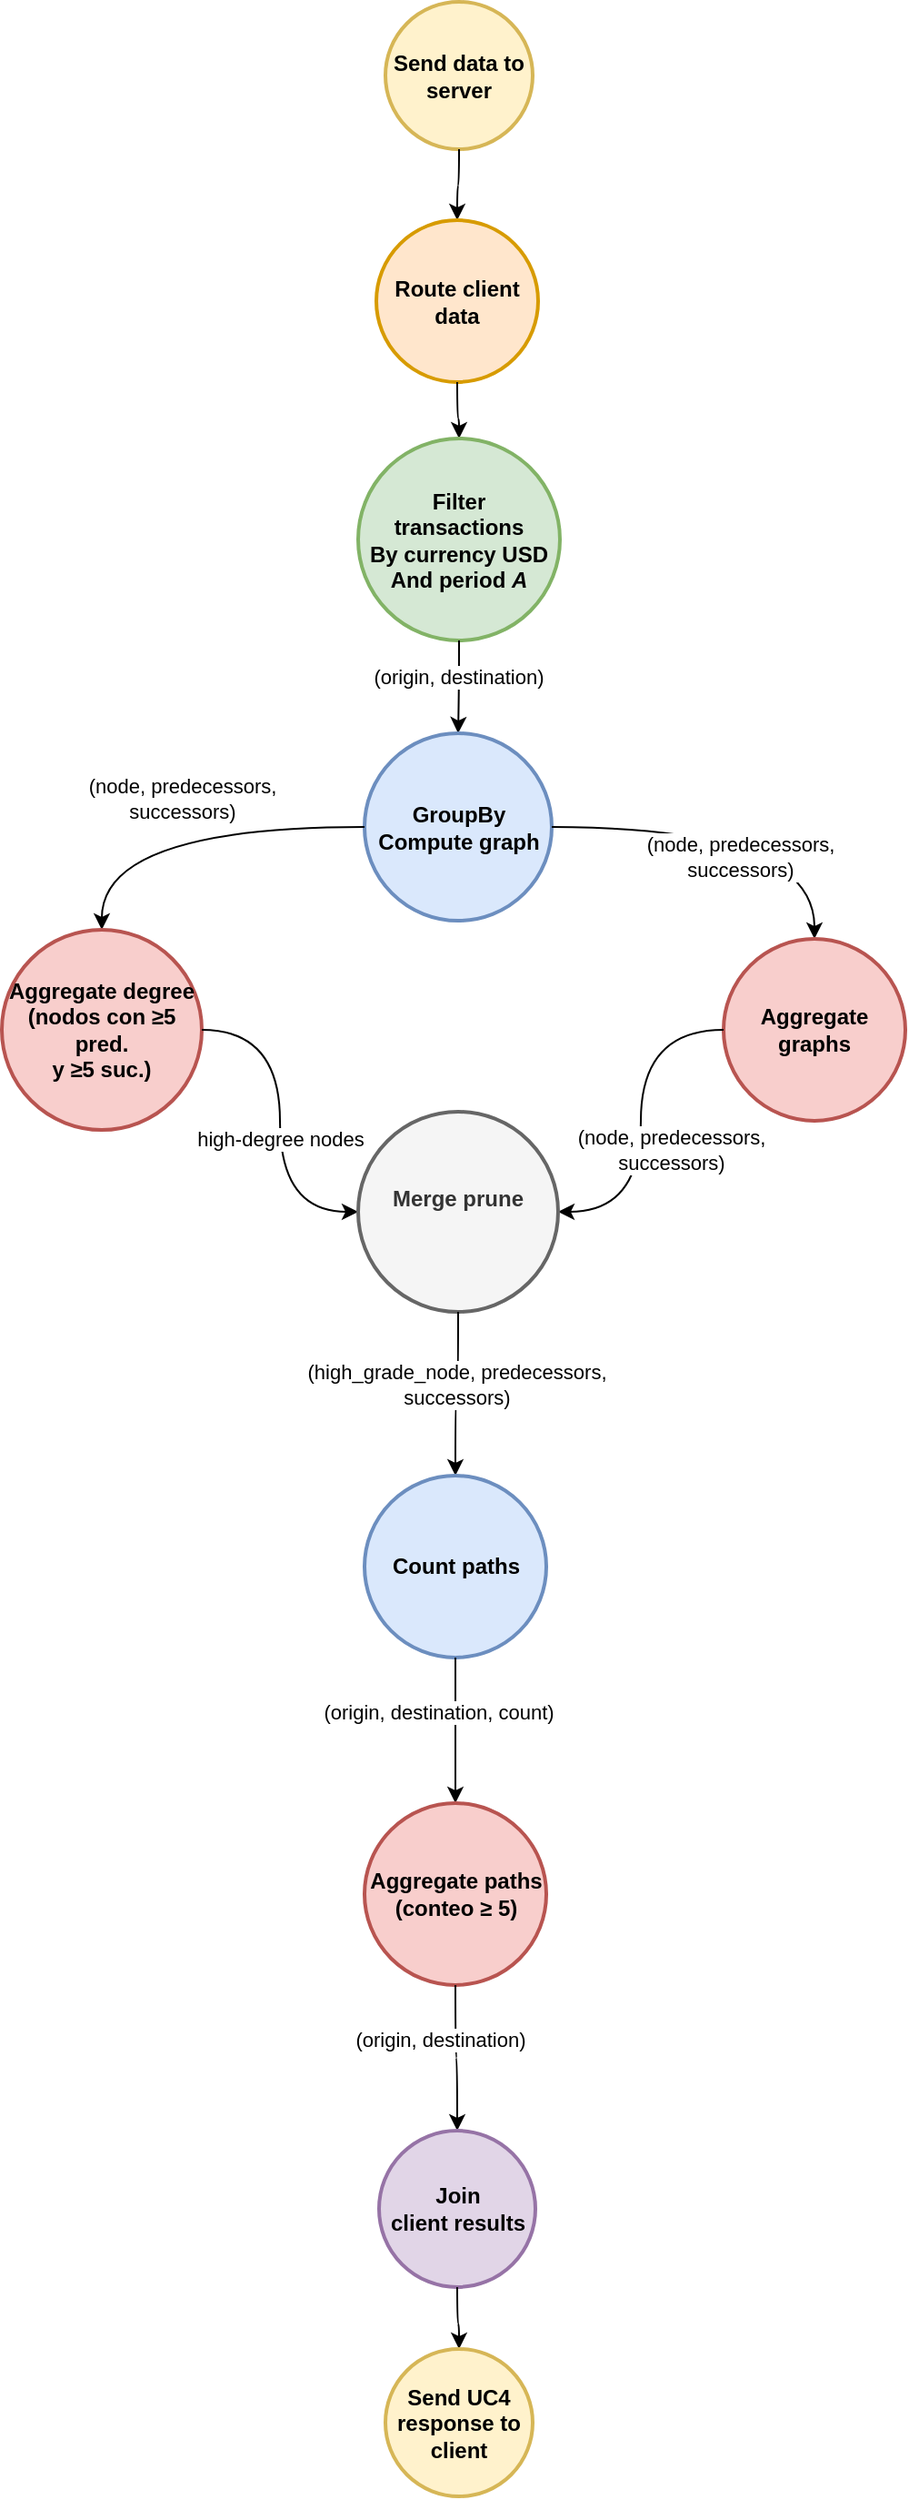
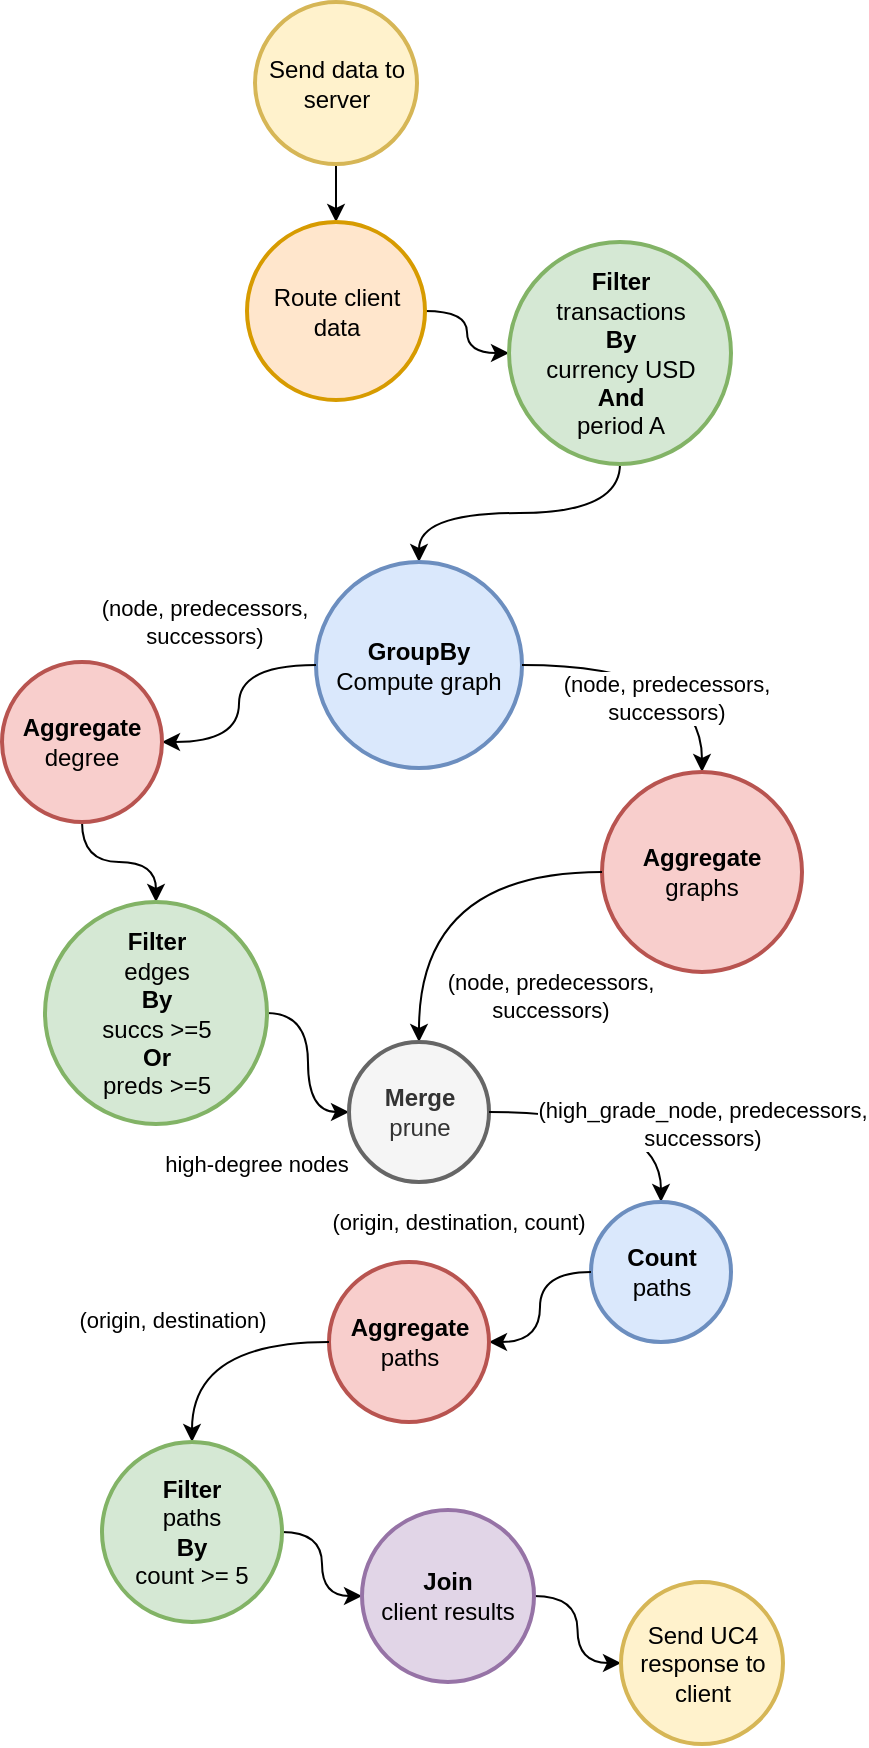
<mxfile host="Electron">
  <diagram name="cluster-16" id="cluster-16">
-     <mxGraphModel dx="2383" dy="1225" grid="1" gridSize="10" guides="1" tooltips="1" connect="1" arrows="1" fold="1" page="0" pageScale="1" pageWidth="850" pageHeight="1100" math="0" shadow="0">
+     <mxGraphModel dx="2042" dy="1808" grid="1" gridSize="10" guides="1" tooltips="1" connect="1" arrows="1" fold="1" page="0" pageScale="1" pageWidth="850" pageHeight="1100" math="0" shadow="0">
      <root>
        <mxCell id="0" />
        <mxCell id="1" parent="0" />
-         <mxCell id="u4d-n1" parent="1" style="ellipse;whiteSpace=wrap;html=1;aspect=fixed;strokeWidth=2;fillColor=#fff2cc;strokeColor=#d6b656;fontStyle=1;" value="Send data to&lt;div&gt;server&lt;/div&gt;" vertex="1">
-           <mxGeometry height="81" width="81" x="234" y="-20" as="geometry" />
-         </mxCell>
-         <mxCell id="u4d-e1" edge="1" parent="1" source="u4d-n1" style="edgeStyle=orthogonalEdgeStyle;shape=connector;curved=1;rounded=0;orthogonalLoop=1;jettySize=auto;html=1;strokeColor=default;align=center;verticalAlign=middle;fontFamily=Helvetica;fontSize=11;fontColor=default;labelBackgroundColor=default;endArrow=classic;" target="u4d-n2">
+         <mxCell id="0NI9PfC7eF1XQRHYLARJ-1" edge="1" parent="1" source="u4d-n1" style="rounded=0;orthogonalLoop=1;jettySize=auto;html=1;" target="u4d-n2">
          <mxGeometry relative="1" as="geometry" />
        </mxCell>
-         <mxCell id="u4d-n2" parent="1" style="ellipse;whiteSpace=wrap;html=1;aspect=fixed;strokeWidth=2;fillColor=#ffe6cc;strokeColor=#d79b00;fontStyle=1;" value="Route client&lt;div&gt;data&lt;/div&gt;" vertex="1">
-           <mxGeometry height="89" width="89" x="229" y="100" as="geometry" />
+         <mxCell id="u4d-n1" parent="1" style="ellipse;whiteSpace=wrap;html=1;aspect=fixed;strokeWidth=2;fillColor=#fff2cc;strokeColor=#d6b656;fontStyle=1;" value="&lt;span style=&quot;font-weight: normal;&quot;&gt;Send data to&lt;/span&gt;&lt;div&gt;&lt;span style=&quot;font-weight: normal;&quot;&gt;server&lt;/span&gt;&lt;/div&gt;" vertex="1">
+           <mxGeometry height="81" width="81" x="226.5" y="-10" as="geometry" />
        </mxCell>
-         <mxCell id="u4d-e2" edge="1" parent="1" source="u4d-n2" style="edgeStyle=orthogonalEdgeStyle;shape=connector;curved=1;rounded=0;orthogonalLoop=1;jettySize=auto;html=1;strokeColor=default;align=center;verticalAlign=middle;fontFamily=Helvetica;fontSize=11;fontColor=default;labelBackgroundColor=default;endArrow=classic;" target="u4d-n3">
+         <mxCell id="0NI9PfC7eF1XQRHYLARJ-2" edge="1" parent="1" source="u4d-n2" style="edgeStyle=orthogonalEdgeStyle;rounded=0;orthogonalLoop=1;jettySize=auto;html=1;curved=1;" target="u4d-n3">
          <mxGeometry relative="1" as="geometry" />
        </mxCell>
-         <mxCell id="u4d-n3" parent="1" style="ellipse;whiteSpace=wrap;html=1;aspect=fixed;strokeWidth=2;fillColor=#d5e8d4;strokeColor=#82b366;fontStyle=1;" value="&lt;b&gt;Filter&lt;/b&gt;&lt;div&gt;transactions&lt;/div&gt;&lt;div&gt;&lt;b&gt;By&lt;/b&gt; currency USD&lt;/div&gt;&lt;div&gt;&lt;b&gt;And&lt;/b&gt; period &lt;i&gt;A&lt;/i&gt;&lt;/div&gt;" vertex="1">
-           <mxGeometry height="111" width="111" x="219" y="220" as="geometry" />
+         <mxCell id="u4d-n2" parent="1" style="ellipse;whiteSpace=wrap;html=1;aspect=fixed;strokeWidth=2;fillColor=#ffe6cc;strokeColor=#d79b00;fontStyle=1;" value="&lt;span style=&quot;font-weight: normal;&quot;&gt;Route client&lt;/span&gt;&lt;div&gt;&lt;span style=&quot;font-weight: normal;&quot;&gt;data&lt;/span&gt;&lt;/div&gt;" vertex="1">
+           <mxGeometry height="89" width="89" x="222.5" y="100" as="geometry" />
        </mxCell>
-         <mxCell id="u4d-e3a" edge="1" parent="1" source="u4d-n3" style="edgeStyle=orthogonalEdgeStyle;shape=connector;curved=1;rounded=0;orthogonalLoop=1;jettySize=auto;html=1;strokeColor=default;align=center;verticalAlign=middle;fontFamily=Helvetica;fontSize=11;fontColor=default;labelBackgroundColor=default;endArrow=classic;" target="u4d-n4">
+         <mxCell id="0NI9PfC7eF1XQRHYLARJ-3" edge="1" parent="1" source="u4d-n3" style="edgeStyle=orthogonalEdgeStyle;rounded=0;orthogonalLoop=1;jettySize=auto;html=1;curved=1;" target="u4d-n4">
          <mxGeometry relative="1" as="geometry" />
        </mxCell>
-         <mxCell id="u4d-e3a-lbl" connectable="0" parent="u4d-e3a" style="edgeLabel;html=1;align=center;verticalAlign=middle;resizable=0;points=[];fontFamily=Helvetica;fontSize=11;fontColor=default;labelBackgroundColor=default;" value="(origin, destination)" vertex="1">
-           <mxGeometry relative="1" x="-0.25" y="-12" as="geometry">
-             <mxPoint x="11" as="offset" />
-           </mxGeometry>
+         <mxCell id="u4d-n3" parent="1" style="ellipse;whiteSpace=wrap;html=1;aspect=fixed;strokeWidth=2;fillColor=#d5e8d4;strokeColor=#82b366;fontStyle=1;" value="&lt;b&gt;Filter&lt;/b&gt;&lt;div&gt;&lt;span style=&quot;font-weight: normal;&quot;&gt;transactions&lt;/span&gt;&lt;/div&gt;&lt;div&gt;&lt;b&gt;By&lt;/b&gt;&lt;/div&gt;&lt;div&gt;&lt;span style=&quot;font-weight: normal;&quot;&gt;currency USD&lt;/span&gt;&lt;/div&gt;&lt;div&gt;&lt;b&gt;And&lt;/b&gt;&lt;/div&gt;&lt;div&gt;&lt;span style=&quot;font-weight: normal;&quot;&gt;period A&lt;/span&gt;&lt;/div&gt;" vertex="1">
+           <mxGeometry height="111" width="111" x="353.5" y="110" as="geometry" />
        </mxCell>
-         <mxCell id="u4d-n4" parent="1" style="ellipse;whiteSpace=wrap;html=1;aspect=fixed;strokeWidth=2;fillColor=#dae8fc;strokeColor=#6c8ebf;fontStyle=1;" value="&lt;b&gt;GroupBy&lt;/b&gt;&lt;div&gt;Compute graph&lt;/div&gt;" vertex="1">
-           <mxGeometry height="103" width="103" x="222.5" y="382" as="geometry" />
+         <mxCell id="u4d-n4" parent="1" style="ellipse;whiteSpace=wrap;html=1;aspect=fixed;strokeWidth=2;fillColor=#dae8fc;strokeColor=#6c8ebf;fontStyle=1;" value="&lt;b&gt;GroupBy&lt;/b&gt;&lt;div&gt;&lt;span style=&quot;font-weight: normal;&quot;&gt;Compute graph&lt;/span&gt;&lt;/div&gt;" vertex="1">
+           <mxGeometry height="103" width="103" x="257" y="270" as="geometry" />
        </mxCell>
        <mxCell id="u4d-e4a" edge="1" parent="1" source="u4d-n4" style="edgeStyle=orthogonalEdgeStyle;shape=connector;curved=1;rounded=0;orthogonalLoop=1;jettySize=auto;html=1;strokeColor=default;align=center;verticalAlign=middle;fontFamily=Helvetica;fontSize=11;fontColor=default;labelBackgroundColor=default;endArrow=classic;" target="u4d-n5a">
          <mxGeometry relative="1" as="geometry" />
        </mxCell>
        <mxCell id="u4d-e4a-lbl" connectable="0" parent="u4d-e4a" style="edgeLabel;html=1;align=center;verticalAlign=middle;resizable=0;points=[];fontFamily=Helvetica;fontSize=11;fontColor=default;labelBackgroundColor=default;" value="(node, predecessors,&lt;div&gt;successors)&lt;/div&gt;" vertex="1">
          <mxGeometry relative="1" y="-16" as="geometry">
-             <mxPoint as="offset" />
+             <mxPoint x="-2" y="-41" as="offset" />
          </mxGeometry>
        </mxCell>
        <mxCell id="u4d-e4b" edge="1" parent="1" source="u4d-n4" style="edgeStyle=orthogonalEdgeStyle;shape=connector;curved=1;rounded=0;orthogonalLoop=1;jettySize=auto;html=1;strokeColor=default;align=center;verticalAlign=middle;fontFamily=Helvetica;fontSize=11;fontColor=default;labelBackgroundColor=default;endArrow=classic;" target="u4d-n5b">
          <mxGeometry relative="1" as="geometry" />
        </mxCell>
        <mxCell id="u4d-e4b-lbl" connectable="0" parent="u4d-e4b" style="edgeLabel;html=1;align=center;verticalAlign=middle;resizable=0;points=[];fontFamily=Helvetica;fontSize=11;fontColor=default;labelBackgroundColor=default;" value="(node, predecessors,&lt;div&gt;successors)&lt;/div&gt;" vertex="1">
          <mxGeometry relative="1" y="-16" as="geometry">
            <mxPoint as="offset" />
          </mxGeometry>
        </mxCell>
-         <mxCell id="u4d-n5a" parent="1" style="ellipse;whiteSpace=wrap;html=1;aspect=fixed;strokeWidth=2;fillColor=#f8cecc;strokeColor=#b85450;fontStyle=1;" value="&lt;b&gt;Aggregate degree&lt;/b&gt;&lt;div&gt;(nodos con &amp;#8805;5 pred.&lt;/div&gt;&lt;div&gt;y &amp;#8805;5 suc.)&lt;/div&gt;" vertex="1">
-           <mxGeometry height="110" width="110" x="23" y="490" as="geometry" />
+         <mxCell id="0NI9PfC7eF1XQRHYLARJ-5" edge="1" parent="1" source="u4d-n5a" style="edgeStyle=orthogonalEdgeStyle;shape=connector;curved=1;rounded=0;orthogonalLoop=1;jettySize=auto;html=1;strokeColor=default;align=center;verticalAlign=middle;fontFamily=Helvetica;fontSize=11;fontColor=default;labelBackgroundColor=default;endArrow=classic;" target="0NI9PfC7eF1XQRHYLARJ-4">
+           <mxGeometry relative="1" as="geometry" />
        </mxCell>
-         <mxCell id="u4d-n5b" parent="1" style="ellipse;whiteSpace=wrap;html=1;aspect=fixed;strokeWidth=2;fillColor=#f8cecc;strokeColor=#b85450;fontStyle=1;" value="&lt;b&gt;Aggregate&lt;/b&gt;&lt;div&gt;graphs&lt;/div&gt;" vertex="1">
-           <mxGeometry height="100" width="100" x="420" y="495" as="geometry" />
+         <mxCell id="u4d-n5a" parent="1" style="ellipse;whiteSpace=wrap;html=1;aspect=fixed;strokeWidth=2;fillColor=#f8cecc;strokeColor=#b85450;fontStyle=1;" value="&lt;b&gt;Aggregate&lt;/b&gt;&lt;div&gt;&lt;span style=&quot;font-weight: normal;&quot;&gt;degree&lt;/span&gt;&lt;/div&gt;" vertex="1">
+           <mxGeometry height="80" width="80" x="100" y="320" as="geometry" />
        </mxCell>
-         <mxCell id="u4d-e5a" edge="1" parent="1" source="u4d-n5a" style="edgeStyle=orthogonalEdgeStyle;shape=connector;curved=1;rounded=0;orthogonalLoop=1;jettySize=auto;html=1;strokeColor=default;align=center;verticalAlign=middle;fontFamily=Helvetica;fontSize=11;fontColor=default;labelBackgroundColor=default;endArrow=classic;" target="u4d-n6">
+         <mxCell id="u4d-n5b" parent="1" style="ellipse;whiteSpace=wrap;html=1;aspect=fixed;strokeWidth=2;fillColor=#f8cecc;strokeColor=#b85450;fontStyle=1;" value="&lt;b&gt;Aggregate&lt;/b&gt;&lt;div&gt;&lt;span style=&quot;font-weight: normal;&quot;&gt;graphs&lt;/span&gt;&lt;/div&gt;" vertex="1">
+           <mxGeometry height="100" width="100" x="400" y="375" as="geometry" />
+         </mxCell>
+         <mxCell id="u4d-e5a" edge="1" parent="1" source="0NI9PfC7eF1XQRHYLARJ-4" style="edgeStyle=orthogonalEdgeStyle;shape=connector;curved=1;rounded=0;orthogonalLoop=1;jettySize=auto;html=1;strokeColor=default;align=center;verticalAlign=middle;fontFamily=Helvetica;fontSize=11;fontColor=default;labelBackgroundColor=default;endArrow=classic;" target="u4d-n6">
          <mxGeometry relative="1" as="geometry" />
        </mxCell>
        <mxCell id="u4d-e5a-lbl" connectable="0" parent="u4d-e5a" style="edgeLabel;html=1;align=center;verticalAlign=middle;resizable=0;points=[];fontFamily=Helvetica;fontSize=11;fontColor=default;labelBackgroundColor=default;" value="high-degree nodes" vertex="1">
          <mxGeometry relative="1" x="-0.35" y="-16" as="geometry">
-             <mxPoint x="16" y="42" as="offset" />
+             <mxPoint x="-10" y="66" as="offset" />
          </mxGeometry>
        </mxCell>
        <mxCell id="u4d-e5b" edge="1" parent="1" source="u4d-n5b" style="edgeStyle=orthogonalEdgeStyle;shape=connector;curved=1;rounded=0;orthogonalLoop=1;jettySize=auto;html=1;strokeColor=default;align=center;verticalAlign=middle;fontFamily=Helvetica;fontSize=11;fontColor=default;labelBackgroundColor=default;endArrow=classic;" target="u4d-n6">
          <mxGeometry relative="1" as="geometry" />
        </mxCell>
        <mxCell id="u4d-e5b-lbl" connectable="0" parent="u4d-e5b" style="edgeLabel;html=1;align=center;verticalAlign=middle;resizable=0;points=[];fontFamily=Helvetica;fontSize=11;fontColor=default;labelBackgroundColor=default;" value="(node, predecessors,&lt;div&gt;successors)&lt;/div&gt;" vertex="1">
          <mxGeometry relative="1" x="0.35" y="-16" as="geometry">
-             <mxPoint x="32" y="-18" as="offset" />
+             <mxPoint x="81" y="34" as="offset" />
          </mxGeometry>
        </mxCell>
-         <mxCell id="u4d-n6" parent="1" style="ellipse;whiteSpace=wrap;html=1;aspect=fixed;strokeWidth=2;fillColor=#f5f5f5;strokeColor=#666666;fontColor=#333333;fontStyle=1;" value="&lt;b&gt;Merge prune&lt;/b&gt;&lt;div&gt;&lt;br&gt;&lt;/div&gt;" vertex="1">
-           <mxGeometry height="110" width="110" x="219" y="590" as="geometry" />
+         <mxCell id="u4d-n6" parent="1" style="ellipse;whiteSpace=wrap;html=1;aspect=fixed;strokeWidth=2;fillColor=#f5f5f5;strokeColor=#666666;fontColor=#333333;fontStyle=1;" value="&lt;b&gt;Merge&lt;/b&gt;&lt;div&gt;&lt;span style=&quot;font-weight: normal;&quot;&gt;prune&lt;/span&gt;&lt;/div&gt;" vertex="1">
+           <mxGeometry height="70" width="70" x="273.5" y="510" as="geometry" />
        </mxCell>
        <mxCell id="u4d-e6" edge="1" parent="1" source="u4d-n6" style="edgeStyle=orthogonalEdgeStyle;shape=connector;curved=1;rounded=0;orthogonalLoop=1;jettySize=auto;html=1;strokeColor=default;align=center;verticalAlign=middle;fontFamily=Helvetica;fontSize=11;fontColor=default;labelBackgroundColor=default;endArrow=classic;" target="u4d-n7">
          <mxGeometry relative="1" as="geometry" />
        </mxCell>
        <mxCell id="u4d-e6-lbl" connectable="0" parent="u4d-e6" style="edgeLabel;html=1;align=center;verticalAlign=middle;resizable=0;points=[];fontFamily=Helvetica;fontSize=11;fontColor=default;labelBackgroundColor=default;" value="(high_grade_node, predecessors,&lt;div&gt;successors)&lt;/div&gt;" vertex="1">
          <mxGeometry relative="1" x="0.4" y="-10" as="geometry">
-             <mxPoint x="10" y="-23" as="offset" />
+             <mxPoint x="30" as="offset" />
          </mxGeometry>
        </mxCell>
-         <mxCell id="u4d-n7" parent="1" style="ellipse;whiteSpace=wrap;html=1;aspect=fixed;strokeWidth=2;fillColor=#dae8fc;strokeColor=#6c8ebf;fontStyle=1;" value="&lt;b&gt;Count paths&lt;/b&gt;" vertex="1">
-           <mxGeometry height="100" width="100" x="222.5" y="790" as="geometry" />
+         <mxCell id="u4d-n7" parent="1" style="ellipse;whiteSpace=wrap;html=1;aspect=fixed;strokeWidth=2;fillColor=#dae8fc;strokeColor=#6c8ebf;fontStyle=1;" value="&lt;b&gt;Count&lt;/b&gt;&lt;div&gt;&lt;span style=&quot;font-weight: normal;&quot;&gt;paths&lt;/span&gt;&lt;/div&gt;" vertex="1">
+           <mxGeometry height="70" width="70" x="394.5" y="590" as="geometry" />
        </mxCell>
        <mxCell id="u4d-e7" edge="1" parent="1" source="u4d-n7" style="edgeStyle=orthogonalEdgeStyle;shape=connector;curved=1;rounded=0;orthogonalLoop=1;jettySize=auto;html=1;strokeColor=default;align=center;verticalAlign=middle;fontFamily=Helvetica;fontSize=11;fontColor=default;labelBackgroundColor=default;endArrow=classic;" target="u4d-n8">
          <mxGeometry relative="1" as="geometry" />
        </mxCell>
        <mxCell id="u4d-e7-lbl" connectable="0" parent="u4d-e7" style="edgeLabel;html=1;align=center;verticalAlign=middle;resizable=0;points=[];fontFamily=Helvetica;fontSize=11;fontColor=default;labelBackgroundColor=default;" value="(origin, destination, count)" vertex="1">
          <mxGeometry relative="1" x="0.4" y="-10" as="geometry">
-             <mxPoint y="-26" as="offset" />
+             <mxPoint x="-31" y="-60" as="offset" />
          </mxGeometry>
        </mxCell>
-         <mxCell id="u4d-n8" parent="1" style="ellipse;whiteSpace=wrap;html=1;aspect=fixed;strokeWidth=2;fillColor=#f8cecc;strokeColor=#b85450;fontStyle=1;" value="&lt;b&gt;Aggregate paths&lt;/b&gt;&lt;div&gt;(conteo &amp;#8805; 5)&lt;/div&gt;" vertex="1">
-           <mxGeometry height="100" width="100" x="222.5" y="970" as="geometry" />
+         <mxCell id="u4d-n8" parent="1" style="ellipse;whiteSpace=wrap;html=1;aspect=fixed;strokeWidth=2;fillColor=#f8cecc;strokeColor=#b85450;fontStyle=1;" value="Aggregate&lt;div&gt;&lt;span style=&quot;font-weight: normal;&quot;&gt;paths&lt;/span&gt;&lt;/div&gt;" vertex="1">
+           <mxGeometry height="80" width="80" x="263.5" y="620" as="geometry" />
        </mxCell>
-         <mxCell id="u4d-e8" edge="1" parent="1" source="u4d-n8" style="edgeStyle=orthogonalEdgeStyle;shape=connector;curved=1;rounded=0;orthogonalLoop=1;jettySize=auto;html=1;strokeColor=default;align=center;verticalAlign=middle;fontFamily=Helvetica;fontSize=11;fontColor=default;labelBackgroundColor=default;endArrow=classic;" target="u4d-n9">
-           <mxGeometry relative="1" as="geometry" />
+         <mxCell id="u4d-e8" edge="1" parent="1" source="u4d-n8" style="edgeStyle=orthogonalEdgeStyle;shape=connector;curved=1;rounded=0;orthogonalLoop=1;jettySize=auto;html=1;strokeColor=default;align=center;verticalAlign=middle;fontFamily=Helvetica;fontSize=11;fontColor=default;labelBackgroundColor=default;endArrow=classic;" target="0NI9PfC7eF1XQRHYLARJ-6">
+           <mxGeometry relative="1" as="geometry">
+             <mxPoint x="177" y="760" as="targetPoint" />
+           </mxGeometry>
        </mxCell>
        <mxCell id="u4d-e8-lbl" connectable="0" parent="u4d-e8" style="edgeLabel;html=1;align=center;verticalAlign=middle;resizable=0;points=[];fontFamily=Helvetica;fontSize=11;fontColor=default;labelBackgroundColor=default;" value="(origin, destination)" vertex="1">
          <mxGeometry relative="1" x="0.4" y="-10" as="geometry">
            <mxPoint y="-26" as="offset" />
          </mxGeometry>
        </mxCell>
-         <mxCell id="u4d-n9" parent="1" style="ellipse;whiteSpace=wrap;html=1;aspect=fixed;strokeWidth=2;fillColor=#e1d5e7;strokeColor=#9673a6;fontStyle=1;" value="&lt;b&gt;Join&lt;/b&gt;&lt;div&gt;client results&lt;/div&gt;" vertex="1">
-           <mxGeometry height="86" width="86" x="230.5" y="1150" as="geometry" />
+         <mxCell id="u4d-e9" edge="1" parent="1" source="0NI9PfC7eF1XQRHYLARJ-7" style="edgeStyle=orthogonalEdgeStyle;shape=connector;curved=1;rounded=0;orthogonalLoop=1;jettySize=auto;html=1;strokeColor=default;align=center;verticalAlign=middle;fontFamily=Helvetica;fontSize=11;fontColor=default;labelBackgroundColor=default;endArrow=classic;" target="u4d-n10">
+           <mxGeometry relative="1" as="geometry">
+             <mxPoint x="355.999978019074" y="833.04347826087" as="sourcePoint" />
+           </mxGeometry>
        </mxCell>
-         <mxCell id="u4d-e9" edge="1" parent="1" source="u4d-n9" style="edgeStyle=orthogonalEdgeStyle;shape=connector;curved=1;rounded=0;orthogonalLoop=1;jettySize=auto;html=1;strokeColor=default;align=center;verticalAlign=middle;fontFamily=Helvetica;fontSize=11;fontColor=default;labelBackgroundColor=default;endArrow=classic;" target="u4d-n10">
+         <mxCell id="u4d-n10" parent="1" style="ellipse;whiteSpace=wrap;html=1;aspect=fixed;strokeWidth=2;fillColor=#fff2cc;strokeColor=#d6b656;fontStyle=1;" value="&lt;span style=&quot;font-weight: normal;&quot;&gt;Send UC4 response to client&lt;/span&gt;" vertex="1">
+           <mxGeometry height="81" width="81" x="409.5" y="780" as="geometry" />
+         </mxCell>
+         <mxCell id="0NI9PfC7eF1XQRHYLARJ-4" parent="1" style="ellipse;whiteSpace=wrap;html=1;aspect=fixed;strokeWidth=2;fillColor=#d5e8d4;strokeColor=#82b366;fontStyle=1;" value="Filter&lt;div&gt;&lt;span style=&quot;font-weight: normal;&quot;&gt;edges&lt;/span&gt;&lt;/div&gt;&lt;div&gt;By&lt;br&gt;&lt;div&gt;&lt;span style=&quot;font-weight: normal;&quot;&gt;succs &amp;gt;=5&lt;/span&gt;&lt;/div&gt;&lt;div&gt;Or&lt;/div&gt;&lt;/div&gt;&lt;div&gt;&lt;span style=&quot;font-weight: normal;&quot;&gt;preds &amp;gt;=5&lt;/span&gt;&lt;/div&gt;" vertex="1">
+           <mxGeometry height="111" width="111" x="121.5" y="440" as="geometry" />
+         </mxCell>
+         <mxCell id="0NI9PfC7eF1XQRHYLARJ-8" edge="1" parent="1" source="0NI9PfC7eF1XQRHYLARJ-6" style="edgeStyle=orthogonalEdgeStyle;shape=connector;curved=1;rounded=0;orthogonalLoop=1;jettySize=auto;html=1;strokeColor=default;align=center;verticalAlign=middle;fontFamily=Helvetica;fontSize=11;fontColor=default;labelBackgroundColor=default;endArrow=classic;" target="0NI9PfC7eF1XQRHYLARJ-7">
          <mxGeometry relative="1" as="geometry" />
        </mxCell>
-         <mxCell id="u4d-n10" parent="1" style="ellipse;whiteSpace=wrap;html=1;aspect=fixed;strokeWidth=2;fillColor=#fff2cc;strokeColor=#d6b656;fontStyle=1;" value="Send UC4 response to client" vertex="1">
-           <mxGeometry height="81" width="81" x="234" y="1270" as="geometry" />
+         <mxCell id="0NI9PfC7eF1XQRHYLARJ-6" parent="1" style="ellipse;whiteSpace=wrap;html=1;aspect=fixed;strokeWidth=2;fillColor=#d5e8d4;strokeColor=#82b366;fontStyle=1;" value="Filter&lt;div&gt;&lt;span style=&quot;font-weight: normal;&quot;&gt;paths&lt;/span&gt;&lt;/div&gt;&lt;div&gt;By&lt;/div&gt;&lt;div&gt;&lt;span style=&quot;font-weight: normal;&quot;&gt;count &amp;gt;= 5&lt;/span&gt;&lt;/div&gt;" vertex="1">
+           <mxGeometry height="90" width="90" x="150" y="710" as="geometry" />
+         </mxCell>
+         <mxCell id="0NI9PfC7eF1XQRHYLARJ-7" parent="1" style="ellipse;whiteSpace=wrap;html=1;aspect=fixed;strokeWidth=2;fillColor=#e1d5e7;strokeColor=#9673a6;fontStyle=1;" value="&lt;b&gt;Join&lt;/b&gt;&lt;div&gt;&lt;span style=&quot;font-weight: normal;&quot;&gt;client results&lt;/span&gt;&lt;/div&gt;" vertex="1">
+           <mxGeometry height="86" width="86" x="280" y="744" as="geometry" />
        </mxCell>
      </root>
    </mxGraphModel>
  </diagram>
</mxfile>
